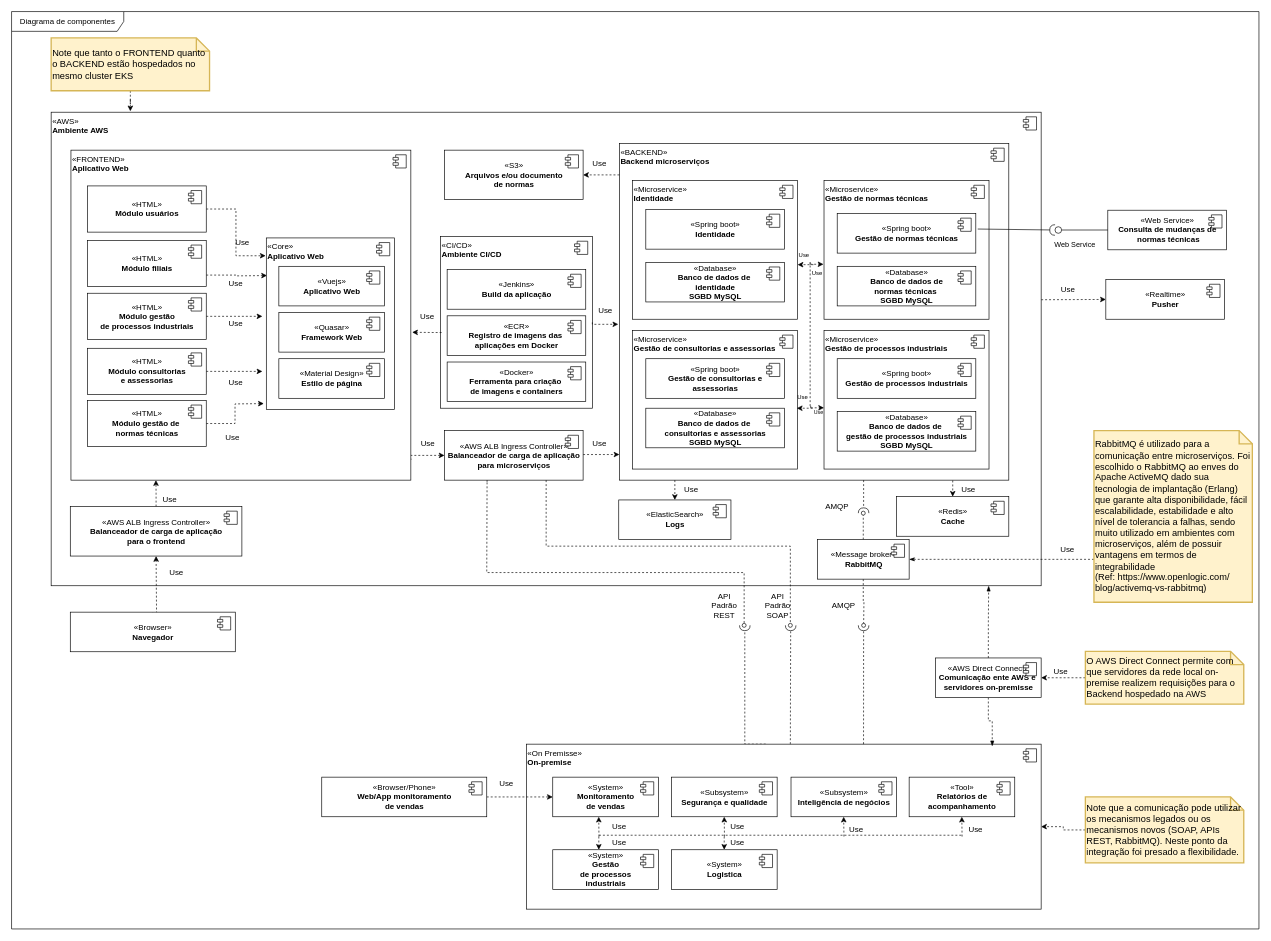
Ramonrune/tcc-puc-minas-sigo keeps this draw.io diagram as sigo-docs/Diagramas/Diagrama_componentes.drawio. Above is the earlier version. Source tidied: cells renumbered, new cells numbered last; positions are measured from the earlier drawing's top-left corner, leaving out a move shared by most shapes. Both pictures are drawn from the tidied source at 66%, with x=0, y=0 at pixel (11, 11).
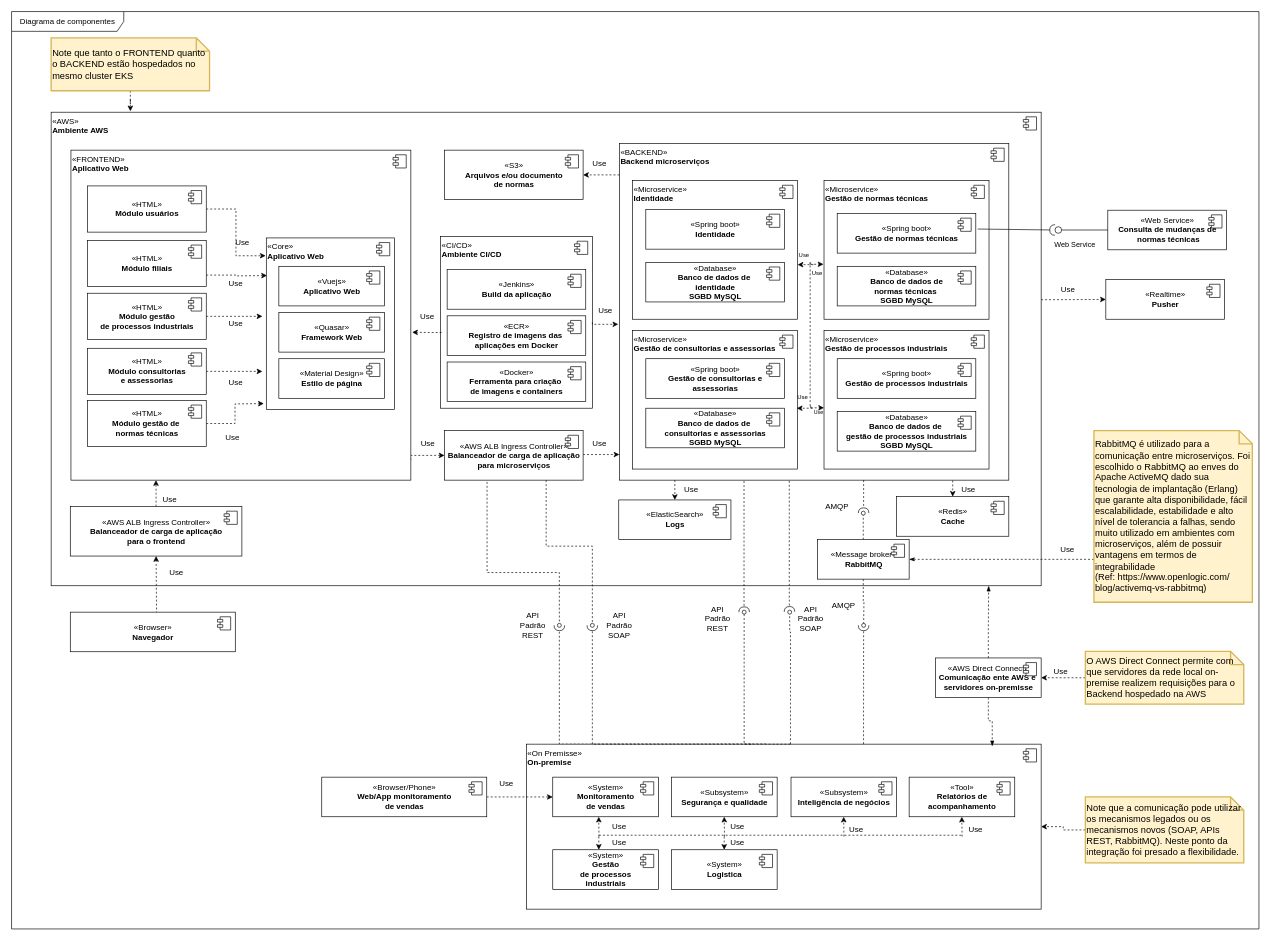
The same page after the edit.

The change refers to these unchanged cells:
```xml
<mxCell id="63" value="«AWS ALB Ingress Controller»&lt;br&gt;&lt;b&gt;Balanceador de carga de aplicação&lt;br&gt;para microserviços&lt;br&gt;&lt;/b&gt;" style="html=1;" parent="1" vertex="1">
  <mxGeometry x="656" y="635" width="210" height="75" as="geometry" />
</mxCell>
<mxCell id="108" value="«On Premisse»&lt;br&gt;&lt;b&gt;On-premise&lt;br&gt;&lt;/b&gt;" style="html=1;verticalAlign=top;align=left;" parent="1" vertex="1">
  <mxGeometry x="780" y="1110" width="780" height="250" as="geometry" />
</mxCell>
```

Diff of the diagram source:
```diff
@@
     <mxCell id="6" style="edgeStyle=orthogonalEdgeStyle;rounded=0;jettySize=auto;html=1;dashed=1;endArrow=oval;endFill=0;exitX=0.307;exitY=1.035;exitDx=0;exitDy=0;exitPerimeter=0;" parent="1" edge="1" source="63">
       <mxGeometry relative="1" as="geometry">
-        <mxPoint x="1110" y="930" as="targetPoint" />
+        <mxPoint x="830" y="930" as="targetPoint" />
         <Array as="points">
-          <mxPoint x="721" y="710" />
           <mxPoint x="720" y="850" />
-          <mxPoint x="1110" y="850" />
+          <mxPoint x="830" y="850" />
+          <mxPoint x="830" y="930" />
         </Array>
       </mxGeometry>
     </mxCell>
@@
     <mxCell id="102" style="edgeStyle=orthogonalEdgeStyle;rounded=0;jettySize=auto;html=1;dashed=1;endArrow=oval;endFill=0;" parent="1" edge="1" source="63">
       <mxGeometry relative="1" as="geometry">
-        <mxPoint x="1180" y="930" as="targetPoint" />
+        <mxPoint x="880" y="930" as="targetPoint" />
         <Array as="points">
           <mxPoint x="810" y="810" />
-          <mxPoint x="1180" y="810" />
+          <mxPoint x="880" y="810" />
+          <mxPoint x="880" y="930" />
         </Array>
       </mxGeometry>
     </mxCell>
@@
     <mxCell id="104" value="API Padrão REST" style="text;html=1;strokeColor=none;fillColor=none;align=center;verticalAlign=middle;whiteSpace=wrap;rounded=0;" parent="1" vertex="1">
-      <mxGeometry x="1060" y="890" width="40" height="20" as="geometry" />
+      <mxGeometry x="770" y="920" width="40" height="20" as="geometry" />
     </mxCell>
     <mxCell id="105" value="API Padrão&lt;br&gt;SOAP" style="text;html=1;strokeColor=none;fillColor=none;align=center;verticalAlign=middle;whiteSpace=wrap;rounded=0;" parent="1" vertex="1">
-      <mxGeometry x="1141" y="890" width="40" height="20" as="geometry" />
+      <mxGeometry x="901" y="920" width="40" height="20" as="geometry" />
     </mxCell>
@@
     <mxCell id="107" style="edgeStyle=orthogonalEdgeStyle;rounded=0;jettySize=auto;html=1;dashed=1;endArrow=halfCircle;endFill=0;exitX=0.465;exitY=0;exitDx=0;exitDy=0;exitPerimeter=0;" parent="1" edge="1" source="108">
       <mxGeometry relative="1" as="geometry">
-        <mxPoint x="1111" y="930" as="targetPoint" />
+        <mxPoint x="830" y="930" as="targetPoint" />
         <Array as="points">
-          <mxPoint x="1111" y="1110" />
+          <mxPoint x="830" y="1110" />
+          <mxPoint x="830" y="930" />
         </Array>
       </mxGeometry>
     </mxCell>
@@
     <mxCell id="110" style="edgeStyle=orthogonalEdgeStyle;rounded=0;orthogonalLoop=1;jettySize=auto;html=1;dashed=1;endArrow=halfCircle;endFill=0;" parent="1" edge="1">
       <mxGeometry relative="1" as="geometry">
         <mxPoint x="1180" y="1110" as="sourcePoint" />
-        <mxPoint x="1180.5" y="930" as="targetPoint" />
+        <mxPoint x="880" y="930" as="targetPoint" />
         <Array as="points">
-          <mxPoint x="1180" y="1109" />
-          <mxPoint x="1181" y="1110" />
+          <mxPoint x="880" y="1110" />
         </Array>
       </mxGeometry>
     </mxCell>
@@
+    <mxCell id="178" style="edgeStyle=orthogonalEdgeStyle;rounded=0;orthogonalLoop=1;jettySize=auto;html=1;dashed=1;endArrow=oval;endFill=0;" parent="1" edge="1">
+      <mxGeometry relative="1" as="geometry">
+        <mxPoint x="1120" y="1110" as="sourcePoint" />
+        <mxPoint x="1110" y="910" as="targetPoint" />
+        <Array as="points">
+          <mxPoint x="1110" y="1110" />
+        </Array>
+      </mxGeometry>
+    </mxCell>
+    <mxCell id="179" style="edgeStyle=orthogonalEdgeStyle;rounded=0;orthogonalLoop=1;jettySize=auto;html=1;dashed=1;endArrow=oval;endFill=0;" parent="1" edge="1">
+      <mxGeometry relative="1" as="geometry">
+        <mxPoint x="1180.2" y="1110" as="sourcePoint" />
+        <mxPoint x="1179" y="910" as="targetPoint" />
+        <Array as="points">
+          <mxPoint x="1180" y="940" />
+          <mxPoint x="1179" y="940" />
+        </Array>
+      </mxGeometry>
+    </mxCell>
+    <mxCell id="180" style="edgeStyle=orthogonalEdgeStyle;rounded=0;orthogonalLoop=1;jettySize=auto;html=1;dashed=1;endArrow=halfCircle;endFill=0;exitX=0.325;exitY=1.003;exitDx=0;exitDy=0;exitPerimeter=0;" parent="1" edge="1">
+      <mxGeometry relative="1" as="geometry">
+        <mxPoint x="1109.8" y="711.5" as="sourcePoint" />
+        <mxPoint x="1110" y="910" as="targetPoint" />
+        <Array as="points">
+          <mxPoint x="1110" y="890" />
+          <mxPoint x="1110" y="890" />
+        </Array>
+      </mxGeometry>
+    </mxCell>
+    <mxCell id="181" value="API Padrão REST" style="text;html=1;strokeColor=none;fillColor=none;align=center;verticalAlign=middle;whiteSpace=wrap;rounded=0;" parent="1" vertex="1">
+      <mxGeometry x="1050" y="910" width="40" height="20" as="geometry" />
+    </mxCell>
+    <mxCell id="182" style="edgeStyle=orthogonalEdgeStyle;rounded=0;orthogonalLoop=1;jettySize=auto;html=1;dashed=1;endArrow=halfCircle;endFill=0;exitX=0.325;exitY=1.003;exitDx=0;exitDy=0;exitPerimeter=0;" parent="1" edge="1">
+      <mxGeometry relative="1" as="geometry">
+        <mxPoint x="1178.4" y="711" as="sourcePoint" />
+        <mxPoint x="1178.7" y="909.5" as="targetPoint" />
+        <Array as="points">
+          <mxPoint x="1178.7" y="889.5" />
+          <mxPoint x="1178.7" y="889.5" />
+        </Array>
+      </mxGeometry>
+    </mxCell>
+    <mxCell id="183" value="API Padrão&lt;br&gt;SOAP" style="text;html=1;strokeColor=none;fillColor=none;align=center;verticalAlign=middle;whiteSpace=wrap;rounded=0;" parent="1" vertex="1">
+      <mxGeometry x="1191" y="910" width="40" height="20" as="geometry" />
+    </mxCell>
```
